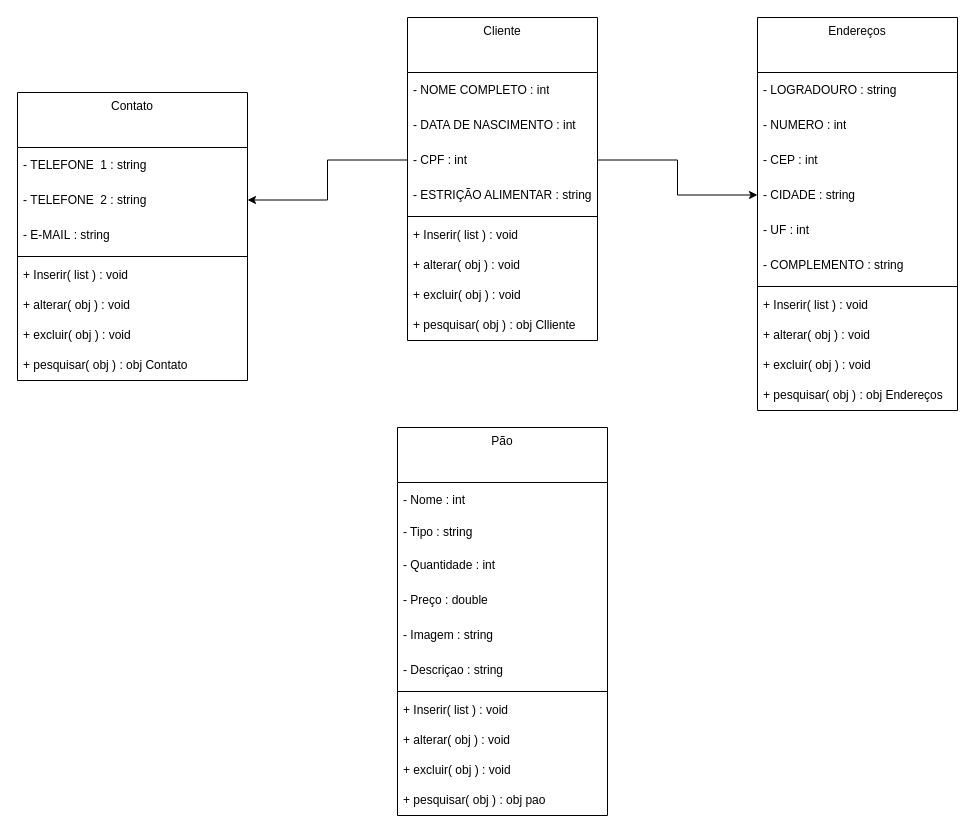
The draw.io diagram Diagramas/diagrama_de_classes.drawio in LeozinRomeiro/Modelagem_SENAI_CTM, before the edit. Source tidied: cells renumbered, new cells numbered last; positions are measured from the earlier drawing's top-left corner, leaving out a move shared by most shapes. Both pictures are drawn from the tidied source at 100%, with x=0, y=0 at pixel (17, 17).
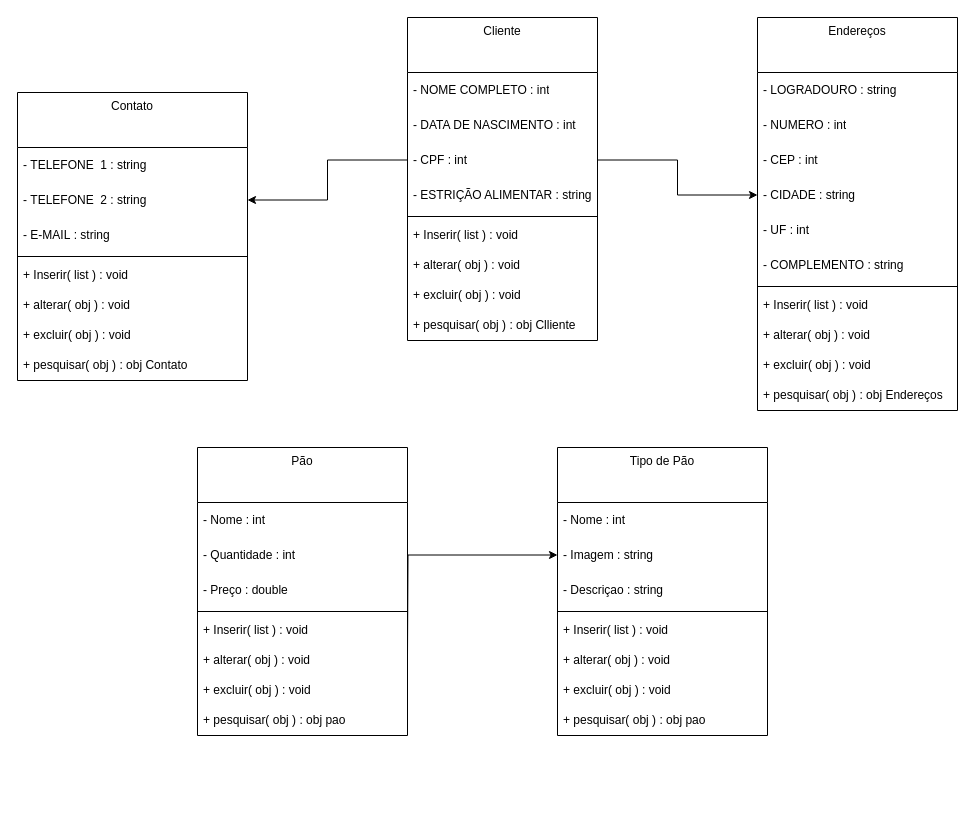
The same page after the edit.

Change to the diagram source:
```diff
@@
     <mxCell id="2" value="Pão" style="swimlane;fontStyle=0;align=center;verticalAlign=top;horizontal=1;startSize=55;html=1;whiteSpace=wrap;" parent="1" vertex="1">
-      <mxGeometry x="380" y="410" width="210" height="388" as="geometry" />
+      <mxGeometry x="180" y="430" width="210" height="288" as="geometry" />
     </mxCell>
@@
-    <mxCell id="4" value="- Tipo : string" style="text;html=1;strokeColor=none;fillColor=none;align=left;verticalAlign=middle;spacingLeft=4;spacingRight=4;overflow=hidden;whiteSpace=wrap;" parent="2" vertex="1">
-      <mxGeometry y="90" width="210" height="30" as="geometry" />
-    </mxCell>
     <mxCell id="5" value="- Quantidade : int" style="text;html=1;strokeColor=none;fillColor=none;align=left;verticalAlign=middle;spacingLeft=4;spacingRight=4;overflow=hidden;whiteSpace=wrap;" parent="2" vertex="1">
-      <mxGeometry y="120" width="210" height="35" as="geometry" />
+      <mxGeometry y="90" width="210" height="35" as="geometry" />
     </mxCell>
     <mxCell id="6" value="- Preço : double" style="text;html=1;strokeColor=none;fillColor=none;align=left;verticalAlign=middle;spacingLeft=4;spacingRight=4;overflow=hidden;whiteSpace=wrap;" parent="2" vertex="1">
-      <mxGeometry y="155" width="210" height="35" as="geometry" />
+      <mxGeometry y="125" width="210" height="35" as="geometry" />
     </mxCell>
-    <mxCell id="7" value="- Imagem : string" style="text;html=1;strokeColor=none;fillColor=none;align=left;verticalAlign=middle;spacingLeft=4;spacingRight=4;overflow=hidden;points=[[0,0.5],[1,0.5]];portConstraint=eastwest;whiteSpace=wrap;" parent="2" vertex="1">
-      <mxGeometry y="190" width="210" height="35" as="geometry" />
-    </mxCell>
-    <mxCell id="8" value="- Descriçao : string" style="text;html=1;strokeColor=none;fillColor=none;align=left;verticalAlign=middle;spacingLeft=4;spacingRight=4;overflow=hidden;whiteSpace=wrap;" parent="2" vertex="1">
-      <mxGeometry y="225" width="210" height="35" as="geometry" />
-    </mxCell>
     <mxCell id="9" style="line;strokeWidth=1;fillColor=none;align=left;verticalAlign=middle;spacingTop=-1;spacingLeft=3;spacingRight=3;labelPosition=right;" parent="2" vertex="1">
-      <mxGeometry y="260" width="210" height="8" as="geometry" />
+      <mxGeometry y="160" width="210" height="8" as="geometry" />
     </mxCell>
     <mxCell id="10" value="+ Inserir( list ) : void" style="text;html=1;strokeColor=none;fillColor=none;align=left;verticalAlign=middle;spacingLeft=4;spacingRight=4;overflow=hidden;whiteSpace=wrap;" parent="2" vertex="1">
-      <mxGeometry y="268" width="210" height="30" as="geometry" />
+      <mxGeometry y="168" width="210" height="30" as="geometry" />
     </mxCell>
     <mxCell id="11" value="+ alterar( obj ) : void" style="text;html=1;strokeColor=none;fillColor=none;align=left;verticalAlign=middle;spacingLeft=4;spacingRight=4;overflow=hidden;whiteSpace=wrap;" parent="2" vertex="1">
-      <mxGeometry y="298" width="210" height="30" as="geometry" />
+      <mxGeometry y="198" width="210" height="30" as="geometry" />
     </mxCell>
     <mxCell id="12" value="+ excluir( obj ) : void" style="text;html=1;strokeColor=none;fillColor=none;align=left;verticalAlign=middle;spacingLeft=4;spacingRight=4;overflow=hidden;whiteSpace=wrap;" parent="2" vertex="1">
-      <mxGeometry y="328" width="210" height="30" as="geometry" />
+      <mxGeometry y="228" width="210" height="30" as="geometry" />
     </mxCell>
     <mxCell id="13" value="+ pesquisar( obj ) : obj pao" style="text;html=1;strokeColor=none;fillColor=none;align=left;verticalAlign=middle;spacingLeft=4;spacingRight=4;overflow=hidden;whiteSpace=wrap;" parent="2" vertex="1">
-      <mxGeometry y="358" width="210" height="30" as="geometry" />
+      <mxGeometry y="258" width="210" height="30" as="geometry" />
     </mxCell>
@@
+    <mxCell id="47" value="Tipo de Pão" style="swimlane;fontStyle=0;align=center;verticalAlign=top;horizontal=1;startSize=55;html=1;whiteSpace=wrap;" parent="1" vertex="1">
+      <mxGeometry x="540" y="430" width="210" height="288" as="geometry" />
+    </mxCell>
+    <mxCell id="48" value="- Nome : int" style="text;html=1;strokeColor=none;fillColor=none;align=left;verticalAlign=middle;spacingLeft=4;spacingRight=4;overflow=hidden;whiteSpace=wrap;" parent="47" vertex="1">
+      <mxGeometry y="55" width="210" height="35" as="geometry" />
+    </mxCell>
+    <mxCell id="7" value="- Imagem : string" style="text;html=1;strokeColor=none;fillColor=none;align=left;verticalAlign=middle;spacingLeft=4;spacingRight=4;overflow=hidden;points=[[0,0.5],[1,0.5]];portConstraint=eastwest;whiteSpace=wrap;" parent="47" vertex="1">
+      <mxGeometry y="90" width="210" height="35" as="geometry" />
+    </mxCell>
+    <mxCell id="8" value="- Descriçao : string" style="text;html=1;strokeColor=none;fillColor=none;align=left;verticalAlign=middle;spacingLeft=4;spacingRight=4;overflow=hidden;whiteSpace=wrap;" parent="47" vertex="1">
+      <mxGeometry y="125" width="210" height="35" as="geometry" />
+    </mxCell>
+    <mxCell id="49" style="line;strokeWidth=1;fillColor=none;align=left;verticalAlign=middle;spacingTop=-1;spacingLeft=3;spacingRight=3;labelPosition=right;" parent="47" vertex="1">
+      <mxGeometry y="160" width="210" height="8" as="geometry" />
+    </mxCell>
+    <mxCell id="50" value="+ Inserir( list ) : void" style="text;html=1;strokeColor=none;fillColor=none;align=left;verticalAlign=middle;spacingLeft=4;spacingRight=4;overflow=hidden;whiteSpace=wrap;" parent="47" vertex="1">
+      <mxGeometry y="168" width="210" height="30" as="geometry" />
+    </mxCell>
+    <mxCell id="51" value="+ alterar( obj ) : void" style="text;html=1;strokeColor=none;fillColor=none;align=left;verticalAlign=middle;spacingLeft=4;spacingRight=4;overflow=hidden;whiteSpace=wrap;" parent="47" vertex="1">
+      <mxGeometry y="198" width="210" height="30" as="geometry" />
+    </mxCell>
+    <mxCell id="52" value="+ excluir( obj ) : void" style="text;html=1;strokeColor=none;fillColor=none;align=left;verticalAlign=middle;spacingLeft=4;spacingRight=4;overflow=hidden;whiteSpace=wrap;" parent="47" vertex="1">
+      <mxGeometry y="228" width="210" height="30" as="geometry" />
+    </mxCell>
+    <mxCell id="53" value="+ pesquisar( obj ) : obj pao" style="text;html=1;strokeColor=none;fillColor=none;align=left;verticalAlign=middle;spacingLeft=4;spacingRight=4;overflow=hidden;whiteSpace=wrap;" parent="47" vertex="1">
+      <mxGeometry y="258" width="210" height="30" as="geometry" />
+    </mxCell>
+    <mxCell id="54" style="edgeStyle=orthogonalEdgeStyle;rounded=0;jettySize=auto;html=1;entryX=0;entryY=0.5;entryDx=0;entryDy=0;" parent="1" edge="1" target="7">
+      <mxGeometry relative="1" as="geometry">
+        <mxPoint x="390" y="637.5" as="sourcePoint" />
+      </mxGeometry>
+    </mxCell>
```
